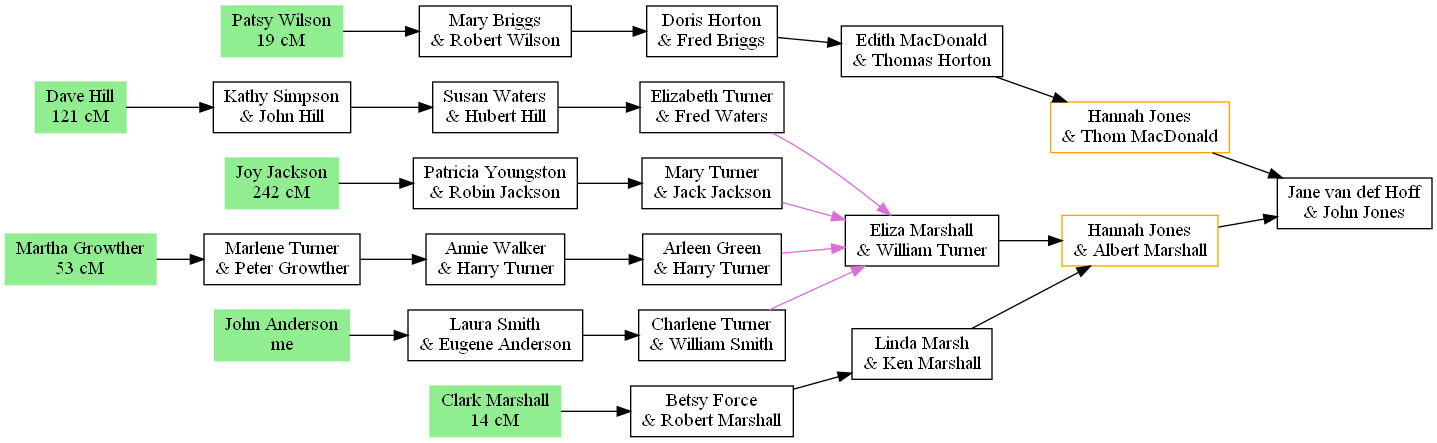
Earlier version of the Graphviz export test-data/test-family.png (johnandrea/draw-dna-matches). Its source is kept beside it as test-data/test-family.dot. The source it was exported from:
```dot
digraph family {
node [shape=record];
rankdir=LR;
i11 [label="Patsy Wilson\n19 cM",color=lightgreen,style=filled];
i24 [label="Dave Hill\n121 cM",color=lightgreen,style=filled];
i28 [label="Joy Jackson\n242 cM",color=lightgreen,style=filled];
i34 [label="Martha Growther\n53 cM",color=lightgreen,style=filled];
i38 [label="John Anderson\nme",color=lightgreen,style=filled];
i43 [label="Clark Marshall\n14 cM",color=lightgreen,style=filled];
f5 [label="Mary Briggs\n& Robert Wilson"];
f4 [label="Doris Horton\n& Fred Briggs"];
f3 [label="Edith MacDonald\n& Thomas Horton"];
f2 [label="Hannah Jones\n& Thom MacDonald",color=orange];
f1 [label="Jane van def Hoff\n& John Jones"];
f10 [label="Kathy Simpson\n& John Hill"];
f9 [label="Susan Waters\n& Hubert Hill"];
f8 [label="Elizabeth Turner\n& Fred Waters"];
f7 [label="Eliza Marshall\n& William Turner"];
f12 [label="Patricia Youngston\n& Robin Jackson"];
f11 [label="Mary Turner\n& Jack Jackson"];
f15 [label="Marlene Turner\n& Peter Growther"];
f14 [label="Annie Walker\n& Harry Turner"];
f13 [label="Arleen Green\n& Harry Turner"];
f19 [label="Betsy Force\n& Robert Marshall"];
f18 [label="Linda Marsh\n& Ken Marshall"];
f6 [label="Hannah Jones\n& Albert Marshall",color=orange];
f17 [label="Laura Smith\n& Eugene Anderson"];
f16 [label="Charlene Turner\n& William Smith"];
i38 -> f17;
f17 -> f16;
f16 -> f7 [color=orchid];
f7 -> f6;
f6 -> f1;
i11 -> f5;
f5 -> f4;
f4 -> f3;
f3 -> f2;
f2 -> f1;
i24 -> f10;
f10 -> f9;
f9 -> f8;
f8 -> f7 [color=orchid];
i28 -> f12;
f12 -> f11;
f11 -> f7 [color=orchid];
i34 -> f15;
f15 -> f14;
f14 -> f13;
f13 -> f7 [color=orchid];
i43 -> f19;
f19 -> f18;
f18 -> f6;
}
```
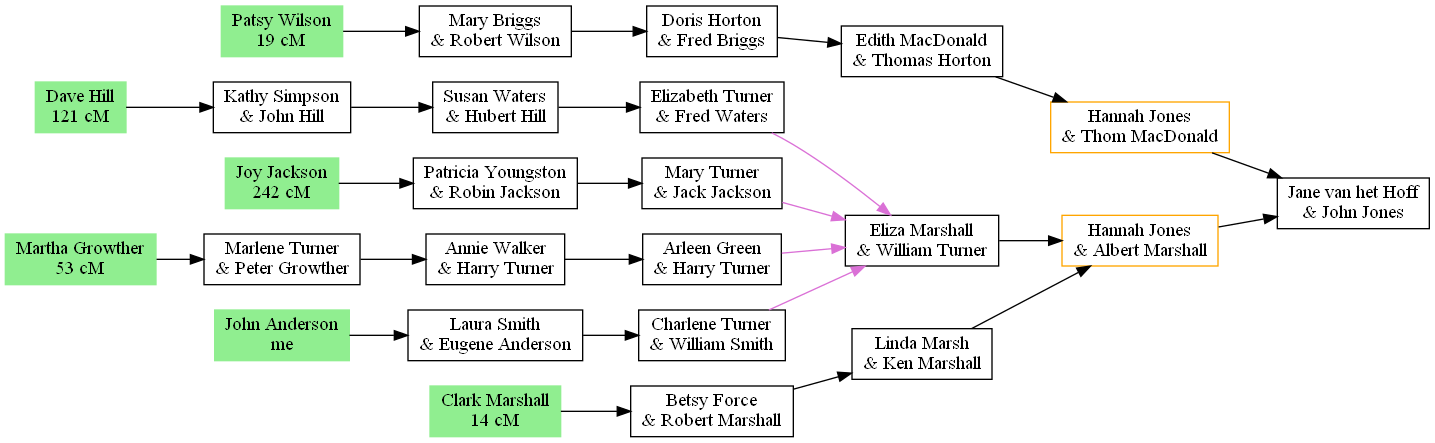
Above is the later version.

The edit, as a diff of the source:
```diff
@@ -11,7 +11,7 @@
 f4 [label="Doris Horton\n& Fred Briggs"];
 f3 [label="Edith MacDonald\n& Thomas Horton"];
 f2 [label="Hannah Jones\n& Thom MacDonald",color=orange];
-f1 [label="Jane van def Hoff\n& John Jones"];
+f1 [label="Jane van het Hoff\n& John Jones"];
 f10 [label="Kathy Simpson\n& John Hill"];
 f9 [label="Susan Waters\n& Hubert Hill"];
 f8 [label="Elizabeth Turner\n& Fred Waters"];
```
